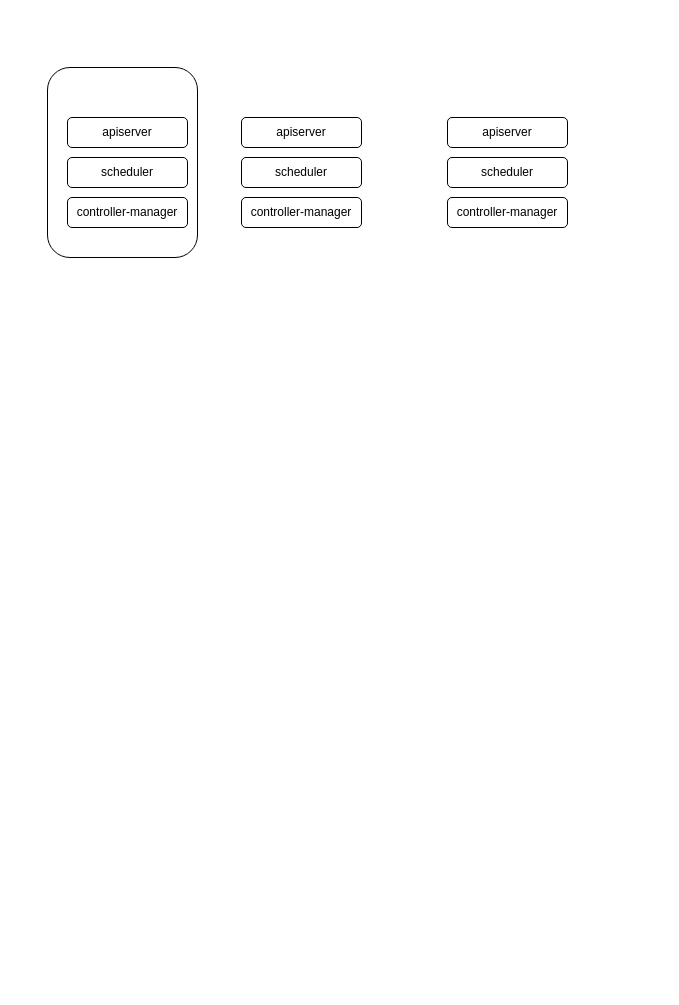
The draw.io diagram sccin k8s architecture.drawio in Qiwei-Ran/MyRepository, before the edit. Source tidied: cells renumbered, new cells numbered last; positions are measured from the earlier drawing's top-left corner, leaving out a move shared by most shapes. Both pictures are drawn from the tidied source at 100%, with x=0, y=0 at pixel (47, 67).
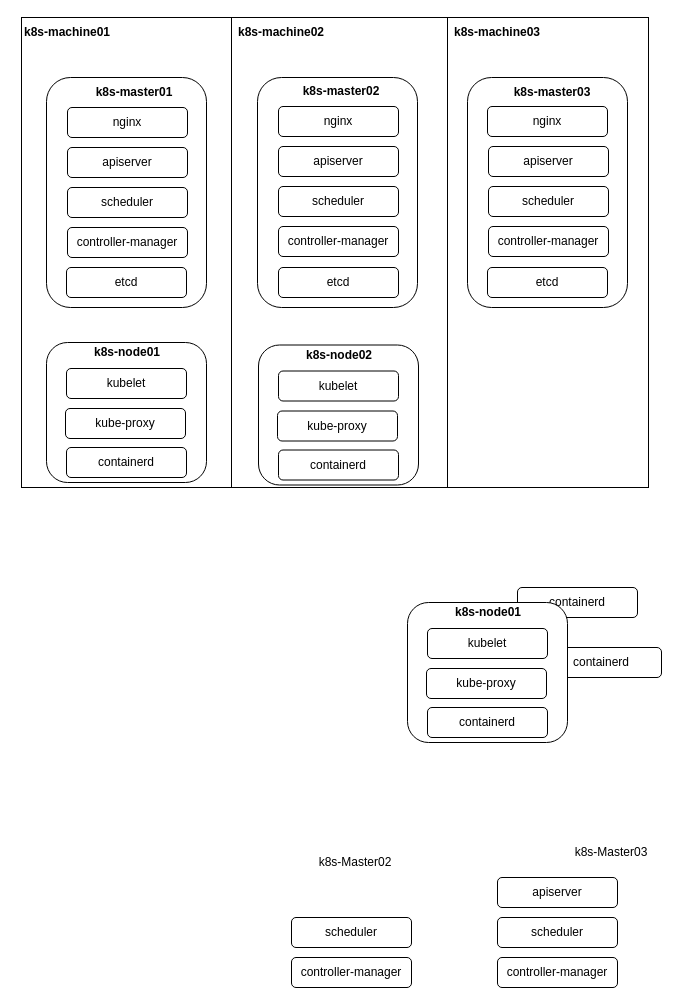
The same page after the edit.

What changed in the source:
```diff
@@
+    <mxCell id="12" style="rounded=0;whiteSpace=wrap;html=1;glass=0;" parent="1" vertex="1">
+      <mxGeometry x="391" y="-50" width="210" height="470" as="geometry" />
+    </mxCell>
+    <mxCell id="13" style="rounded=1;whiteSpace=wrap;html=1;" parent="1" vertex="1">
+      <mxGeometry x="420" y="10" width="160" height="230" as="geometry" />
+    </mxCell>
+    <mxCell id="14" style="rounded=0;whiteSpace=wrap;html=1;glass=0;" parent="1" vertex="1">
+      <mxGeometry x="184" y="-50" width="216" height="470" as="geometry" />
+    </mxCell>
+    <mxCell id="15" style="rounded=1;whiteSpace=wrap;html=1;" parent="1" vertex="1">
+      <mxGeometry x="210" y="10" width="160" height="230" as="geometry" />
+    </mxCell>
+    <mxCell id="16" style="rounded=0;whiteSpace=wrap;html=1;glass=0;" parent="1" vertex="1">
+      <mxGeometry x="-26" y="-50" width="210" height="470" as="geometry" />
+    </mxCell>
-    <mxCell id="2" style="rounded=1;whiteSpace=wrap;html=1;" parent="1" vertex="1">
-      <mxGeometry width="150" height="190" as="geometry" />
+    <mxCell id="2" style="rounded=1;whiteSpace=wrap;html=1;glass=0;" parent="1" vertex="1">
+      <mxGeometry x="-1" y="10" width="160" height="230" as="geometry" />
     </mxCell>
+    <mxCell id="17" style="rounded=1;whiteSpace=wrap;html=1;glass=0;" parent="1" vertex="1">
+      <mxGeometry x="-1" y="275" width="160" height="140" as="geometry" />
+    </mxCell>
     <mxCell id="3" value="scheduler" style="rounded=1;whiteSpace=wrap;html=1;" parent="1" vertex="1">
-      <mxGeometry x="20" y="90" width="120" height="30" as="geometry" />
+      <mxGeometry x="20" y="120" width="120" height="30" as="geometry" />
     </mxCell>
     <mxCell id="4" value="controller-manager" style="rounded=1;whiteSpace=wrap;html=1;" parent="1" vertex="1">
-      <mxGeometry x="20" y="130" width="120" height="30" as="geometry" />
+      <mxGeometry x="20" y="160" width="120" height="30" as="geometry" />
     </mxCell>
     <mxCell id="5" value="apiserver" style="rounded=1;whiteSpace=wrap;html=1;" parent="1" vertex="1">
-      <mxGeometry x="20" y="50" width="120" height="30" as="geometry" />
+      <mxGeometry x="20" y="80" width="120" height="30" as="geometry" />
     </mxCell>
+    <mxCell id="8" value="kubelet" style="rounded=1;whiteSpace=wrap;html=1;" parent="1" vertex="1">
+      <mxGeometry x="19" y="301" width="120" height="30" as="geometry" />
+    </mxCell>
+    <mxCell id="18" value="&lt;b&gt;k8s-master01&lt;/b&gt;" style="text;html=1;strokeColor=none;fillColor=none;align=center;verticalAlign=middle;whiteSpace=wrap;rounded=0;" parent="1" vertex="1">
+      <mxGeometry x="37" y="10" width="100" height="30" as="geometry" />
+    </mxCell>
+    <mxCell id="19" value="scheduler" style="rounded=1;whiteSpace=wrap;html=1;" parent="1" vertex="1">
+      <mxGeometry x="231" y="119" width="120" height="30" as="geometry" />
+    </mxCell>
+    <mxCell id="20" value="controller-manager" style="rounded=1;whiteSpace=wrap;html=1;" parent="1" vertex="1">
+      <mxGeometry x="231" y="159" width="120" height="30" as="geometry" />
+    </mxCell>
+    <mxCell id="21" value="apiserver" style="rounded=1;whiteSpace=wrap;html=1;" parent="1" vertex="1">
+      <mxGeometry x="231" y="79" width="120" height="30" as="geometry" />
+    </mxCell>
+    <mxCell id="22" value="&lt;b&gt;k8s-master02&lt;/b&gt;" style="text;html=1;strokeColor=none;fillColor=none;align=center;verticalAlign=middle;whiteSpace=wrap;rounded=0;" parent="1" vertex="1">
+      <mxGeometry x="244" y="9" width="100" height="30" as="geometry" />
+    </mxCell>
+    <mxCell id="23" value="&lt;b&gt;k8s-master03&lt;/b&gt;" style="text;html=1;strokeColor=none;fillColor=none;align=center;verticalAlign=middle;whiteSpace=wrap;rounded=0;" parent="1" vertex="1">
+      <mxGeometry x="455" y="10" width="100" height="29" as="geometry" />
+    </mxCell>
+    <mxCell id="24" value="nginx" style="rounded=1;whiteSpace=wrap;html=1;" parent="1" vertex="1">
+      <mxGeometry x="20" y="40" width="120" height="30" as="geometry" />
+    </mxCell>
+    <mxCell id="25" value="nginx" style="rounded=1;whiteSpace=wrap;html=1;" parent="1" vertex="1">
+      <mxGeometry x="231" y="39" width="120" height="30" as="geometry" />
+    </mxCell>
+    <mxCell id="26" value="kube-proxy" style="rounded=1;whiteSpace=wrap;html=1;" parent="1" vertex="1">
+      <mxGeometry x="18" y="341" width="120" height="30" as="geometry" />
+    </mxCell>
+    <mxCell id="27" value="&lt;b&gt;k8s-node01&lt;/b&gt;" style="text;html=1;strokeColor=none;fillColor=none;align=center;verticalAlign=middle;whiteSpace=wrap;rounded=0;" parent="1" vertex="1">
+      <mxGeometry x="30" y="270" width="100" height="30" as="geometry" />
+    </mxCell>
+    <mxCell id="28" value="&lt;b&gt;k8s-machine01&lt;/b&gt;" style="text;html=1;strokeColor=none;fillColor=none;align=center;verticalAlign=middle;whiteSpace=wrap;rounded=0;" parent="1" vertex="1">
+      <mxGeometry x="-30" y="-50" width="100" height="30" as="geometry" />
+    </mxCell>
+    <mxCell id="29" value="&lt;b&gt;k8s-machine02&lt;/b&gt;" style="text;html=1;strokeColor=none;fillColor=none;align=center;verticalAlign=middle;whiteSpace=wrap;rounded=0;" parent="1" vertex="1">
+      <mxGeometry x="184" y="-50" width="100" height="30" as="geometry" />
+    </mxCell>
+    <mxCell id="30" value="&lt;b&gt;k8s-machine03&lt;/b&gt;" style="text;html=1;strokeColor=none;fillColor=none;align=center;verticalAlign=middle;whiteSpace=wrap;rounded=0;" parent="1" vertex="1">
+      <mxGeometry x="400" y="-50" width="100" height="30" as="geometry" />
+    </mxCell>
+    <mxCell id="31" value="etcd" style="rounded=1;whiteSpace=wrap;html=1;" parent="1" vertex="1">
+      <mxGeometry x="19" y="200" width="120" height="30" as="geometry" />
+    </mxCell>
+    <mxCell id="32" value="etcd" style="rounded=1;whiteSpace=wrap;html=1;" parent="1" vertex="1">
+      <mxGeometry x="231" y="200" width="120" height="30" as="geometry" />
+    </mxCell>
     <mxCell id="6" value="scheduler" style="rounded=1;whiteSpace=wrap;html=1;" parent="1" vertex="1">
-      <mxGeometry x="194" y="90" width="120" height="30" as="geometry" />
+      <mxGeometry x="244" y="850" width="120" height="30" as="geometry" />
     </mxCell>
     <mxCell id="7" value="controller-manager" style="rounded=1;whiteSpace=wrap;html=1;" parent="1" vertex="1">
-      <mxGeometry x="194" y="130" width="120" height="30" as="geometry" />
+      <mxGeometry x="244" y="890" width="120" height="30" as="geometry" />
     </mxCell>
-    <mxCell id="8" value="apiserver" style="rounded=1;whiteSpace=wrap;html=1;" parent="1" vertex="1">
-      <mxGeometry x="194" y="50" width="120" height="30" as="geometry" />
-    </mxCell>
     <mxCell id="9" value="scheduler" style="rounded=1;whiteSpace=wrap;html=1;" parent="1" vertex="1">
-      <mxGeometry x="400" y="90" width="120" height="30" as="geometry" />
+      <mxGeometry x="450" y="850" width="120" height="30" as="geometry" />
     </mxCell>
     <mxCell id="10" value="controller-manager" style="rounded=1;whiteSpace=wrap;html=1;" parent="1" vertex="1">
-      <mxGeometry x="400" y="130" width="120" height="30" as="geometry" />
+      <mxGeometry x="450" y="890" width="120" height="30" as="geometry" />
     </mxCell>
     <mxCell id="11" value="apiserver" style="rounded=1;whiteSpace=wrap;html=1;" parent="1" vertex="1">
-      <mxGeometry x="400" y="50" width="120" height="30" as="geometry" />
+      <mxGeometry x="450" y="810" width="120" height="30" as="geometry" />
     </mxCell>
+    <mxCell id="33" value="k8s-Master02" style="text;html=1;strokeColor=none;fillColor=none;align=center;verticalAlign=middle;whiteSpace=wrap;rounded=0;" parent="1" vertex="1">
+      <mxGeometry x="258" y="780" width="100" height="30" as="geometry" />
+    </mxCell>
+    <mxCell id="34" value="k8s-Master03" style="text;html=1;strokeColor=none;fillColor=none;align=center;verticalAlign=middle;whiteSpace=wrap;rounded=0;" parent="1" vertex="1">
+      <mxGeometry x="514" y="770" width="100" height="30" as="geometry" />
+    </mxCell>
+    <mxCell id="35" value="scheduler" style="rounded=1;whiteSpace=wrap;html=1;" parent="1" vertex="1">
+      <mxGeometry x="441" y="119" width="120" height="30" as="geometry" />
+    </mxCell>
+    <mxCell id="36" value="controller-manager" style="rounded=1;whiteSpace=wrap;html=1;" parent="1" vertex="1">
+      <mxGeometry x="441" y="159" width="120" height="30" as="geometry" />
+    </mxCell>
+    <mxCell id="37" value="apiserver" style="rounded=1;whiteSpace=wrap;html=1;" parent="1" vertex="1">
+      <mxGeometry x="441" y="79" width="120" height="30" as="geometry" />
+    </mxCell>
+    <mxCell id="38" value="nginx" style="rounded=1;whiteSpace=wrap;html=1;" parent="1" vertex="1">
+      <mxGeometry x="440" y="39" width="120" height="30" as="geometry" />
+    </mxCell>
+    <mxCell id="39" value="etcd" style="rounded=1;whiteSpace=wrap;html=1;" parent="1" vertex="1">
+      <mxGeometry x="440" y="200" width="120" height="30" as="geometry" />
+    </mxCell>
+    <mxCell id="40" value="containerd" style="rounded=1;whiteSpace=wrap;html=1;" parent="1" vertex="1">
+      <mxGeometry x="19" y="380" width="120" height="30" as="geometry" />
+    </mxCell>
+    <mxCell id="41" value="containerd" style="rounded=1;whiteSpace=wrap;html=1;" parent="1" vertex="1">
+      <mxGeometry x="494" y="580" width="120" height="30" as="geometry" />
+    </mxCell>
+    <mxCell id="42" value="containerd" style="rounded=1;whiteSpace=wrap;html=1;" parent="1" vertex="1">
+      <mxGeometry x="470" y="520" width="120" height="30" as="geometry" />
+    </mxCell>
+    <mxCell id="43" style="rounded=1;whiteSpace=wrap;html=1;glass=0;" parent="1" vertex="1">
+      <mxGeometry x="211" y="277.5" width="160" height="140" as="geometry" />
+    </mxCell>
+    <mxCell id="44" value="kubelet" style="rounded=1;whiteSpace=wrap;html=1;" parent="1" vertex="1">
+      <mxGeometry x="231" y="303.5" width="120" height="30" as="geometry" />
+    </mxCell>
+    <mxCell id="45" value="kube-proxy" style="rounded=1;whiteSpace=wrap;html=1;" parent="1" vertex="1">
+      <mxGeometry x="230" y="343.5" width="120" height="30" as="geometry" />
+    </mxCell>
+    <mxCell id="46" value="&lt;b&gt;k8s-node02&lt;/b&gt;" style="text;html=1;strokeColor=none;fillColor=none;align=center;verticalAlign=middle;whiteSpace=wrap;rounded=0;" parent="1" vertex="1">
+      <mxGeometry x="242" y="272.5" width="100" height="30" as="geometry" />
+    </mxCell>
+    <mxCell id="47" value="containerd" style="rounded=1;whiteSpace=wrap;html=1;" parent="1" vertex="1">
+      <mxGeometry x="231" y="382.5" width="120" height="30" as="geometry" />
+    </mxCell>
+    <mxCell id="48" style="rounded=1;whiteSpace=wrap;html=1;glass=0;" parent="1" vertex="1">
+      <mxGeometry x="360" y="535" width="160" height="140" as="geometry" />
+    </mxCell>
+    <mxCell id="49" value="kubelet" style="rounded=1;whiteSpace=wrap;html=1;" parent="1" vertex="1">
+      <mxGeometry x="380" y="561" width="120" height="30" as="geometry" />
+    </mxCell>
+    <mxCell id="50" value="kube-proxy" style="rounded=1;whiteSpace=wrap;html=1;" parent="1" vertex="1">
+      <mxGeometry x="379" y="601" width="120" height="30" as="geometry" />
+    </mxCell>
+    <mxCell id="51" value="&lt;b&gt;k8s-node01&lt;/b&gt;" style="text;html=1;strokeColor=none;fillColor=none;align=center;verticalAlign=middle;whiteSpace=wrap;rounded=0;" parent="1" vertex="1">
+      <mxGeometry x="391" y="530" width="100" height="30" as="geometry" />
+    </mxCell>
+    <mxCell id="52" value="containerd" style="rounded=1;whiteSpace=wrap;html=1;" parent="1" vertex="1">
+      <mxGeometry x="380" y="640" width="120" height="30" as="geometry" />
+    </mxCell>
```
